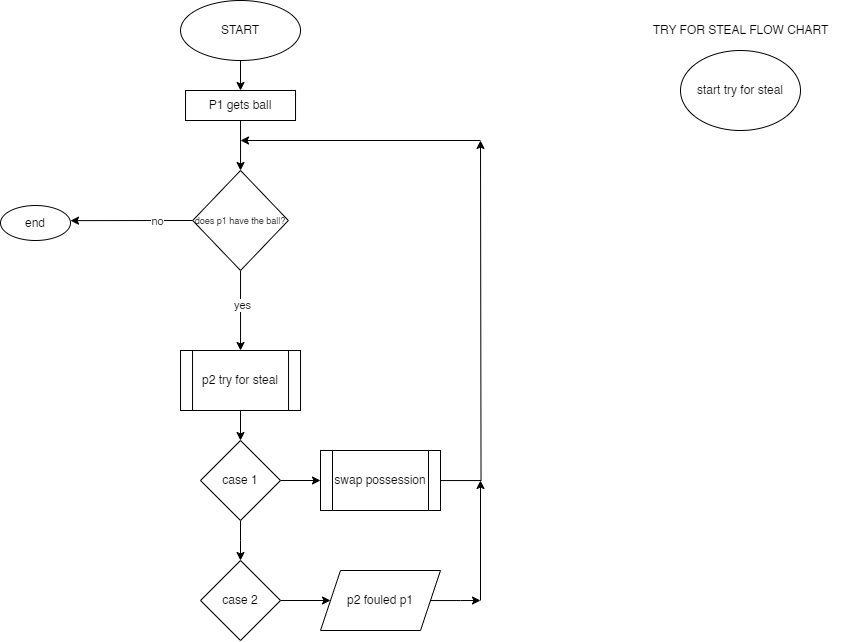
The draw.io diagram BasketballGameVersion2/Ball Posession.drawio.png in y4nder/JAVA-reviews, before a commit. Source tidied: cells renumbered, new cells last; positions are measured from the earlier drawing's top-left corner, leaving out a move shared by most shapes.
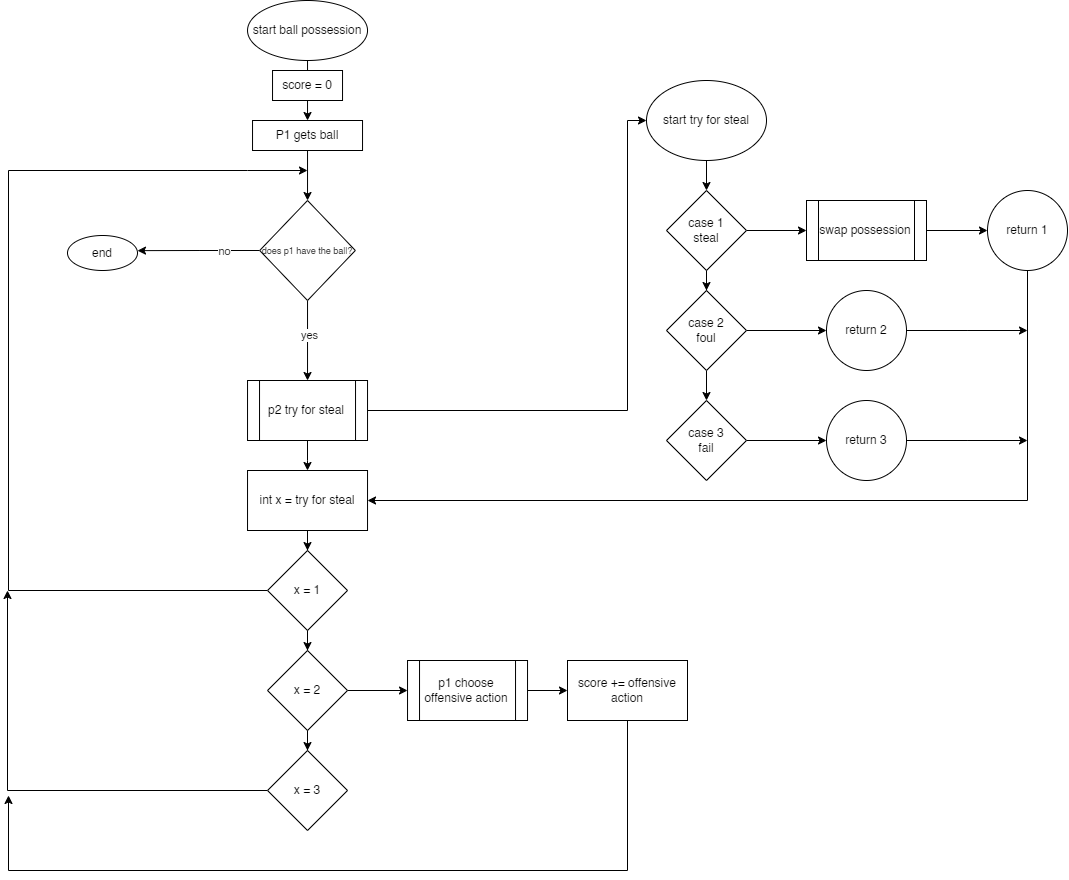
The same diagram one commit later.

What changed in the source:
```diff
@@ -2,8 +2,8 @@
   <root>
     <mxCell id="0" />
     <mxCell id="1" parent="0" />
-    <mxCell id="2" value="START" style="ellipse;whiteSpace=wrap;html=1;" parent="1" vertex="1">
-      <mxGeometry x="180" width="120" height="60" as="geometry" />
+    <mxCell id="2" value="start ball possession" style="ellipse;whiteSpace=wrap;html=1;" parent="1" vertex="1">
+      <mxGeometry x="180" y="-30" width="120" height="60" as="geometry" />
     </mxCell>
     <mxCell id="3" style="edgeStyle=orthogonalEdgeStyle;rounded=0;jettySize=auto;html=1;" parent="1" edge="1" source="2" target="5">
       <mxGeometry relative="1" as="geometry" />
@@ -33,65 +33,150 @@
     <mxCell id="10" value="&lt;font style=&quot;font-size: 9px;&quot;&gt;does p1 have the ball?&lt;/font&gt;" style="rhombus;whiteSpace=wrap;html=1;" parent="1" vertex="1">
       <mxGeometry x="192.2" y="170" width="95.6" height="100" as="geometry" />
     </mxCell>
-    <mxCell id="11" style="edgeStyle=orthogonalEdgeStyle;rounded=0;jettySize=auto;html=1;" parent="1" edge="1" source="12" target="15">
-      <mxGeometry relative="1" as="geometry" />
+    <mxCell id="11" style="edgeStyle=orthogonalEdgeStyle;rounded=0;jettySize=auto;html=1;" parent="1" edge="1" source="12">
+      <mxGeometry relative="1" as="geometry">
+        <mxPoint x="240" y="440" as="targetPoint" />
+      </mxGeometry>
     </mxCell>
+    <mxCell id="27" style="edgeStyle=orthogonalEdgeStyle;rounded=0;jettySize=auto;html=1;entryX=0;entryY=0.5;entryDx=0;entryDy=0;" parent="1" edge="1" source="12" target="25">
+      <mxGeometry relative="1" as="geometry">
+        <Array as="points">
+          <mxPoint x="560" y="380" />
+          <mxPoint x="560" y="90" />
+        </Array>
+      </mxGeometry>
+    </mxCell>
     <mxCell id="12" value="p2 try for steal" style="shape=process;whiteSpace=wrap;html=1;backgroundOutline=1;" parent="1" vertex="1">
       <mxGeometry x="180" y="350" width="120" height="60" as="geometry" />
     </mxCell>
-    <mxCell id="13" style="edgeStyle=orthogonalEdgeStyle;rounded=0;jettySize=auto;html=1;entryX=0.5;entryY=0;entryDx=0;entryDy=0;" parent="1" edge="1" source="15">
-      <mxGeometry relative="1" as="geometry">
-        <mxPoint x="240" y="560" as="targetPoint" />
-      </mxGeometry>
-    </mxCell>
-    <mxCell id="14" style="edgeStyle=orthogonalEdgeStyle;rounded=0;jettySize=auto;html=1;" parent="1" edge="1" source="15" target="19">
-      <mxGeometry relative="1" as="geometry" />
-    </mxCell>
-    <mxCell id="15" value="case 1" style="rhombus;whiteSpace=wrap;html=1;" parent="1" vertex="1">
-      <mxGeometry x="200" y="440" width="80" height="80" as="geometry" />
-    </mxCell>
-    <mxCell id="16" style="edgeStyle=orthogonalEdgeStyle;rounded=0;jettySize=auto;html=1;" parent="1" edge="1" source="17" target="23">
-      <mxGeometry relative="1" as="geometry" />
-    </mxCell>
-    <mxCell id="17" value="case 2" style="rhombus;whiteSpace=wrap;html=1;" parent="1" vertex="1">
-      <mxGeometry x="200" y="560" width="80" height="80" as="geometry" />
-    </mxCell>
-    <mxCell id="18" style="edgeStyle=orthogonalEdgeStyle;rounded=0;jettySize=auto;html=1;" parent="1" edge="1" source="19">
-      <mxGeometry relative="1" as="geometry">
-        <mxPoint x="480" y="140" as="targetPoint" />
-      </mxGeometry>
-    </mxCell>
+    <mxCell id="21" value="end" style="ellipse;whiteSpace=wrap;html=1;" parent="1" vertex="1">
+      <mxGeometry y="205" width="70" height="35" as="geometry" />
+    </mxCell>
+    <mxCell id="28" style="edgeStyle=orthogonalEdgeStyle;rounded=0;jettySize=auto;html=1;" parent="1" edge="1" source="25" target="31">
+      <mxGeometry relative="1" as="geometry" />
+    </mxCell>
+    <mxCell id="25" value="start try for steal" style="ellipse;whiteSpace=wrap;html=1;" parent="1" vertex="1">
+      <mxGeometry x="579" y="50" width="120" height="80" as="geometry" />
+    </mxCell>
+    <mxCell id="29" style="edgeStyle=orthogonalEdgeStyle;rounded=0;jettySize=auto;html=1;" parent="1" edge="1" source="31" target="34">
+      <mxGeometry relative="1" as="geometry" />
+    </mxCell>
+    <mxCell id="30" style="edgeStyle=orthogonalEdgeStyle;rounded=0;jettySize=auto;html=1;" parent="1" edge="1" source="31" target="19">
+      <mxGeometry relative="1" as="geometry" />
+    </mxCell>
+    <mxCell id="31" value="case 1&lt;br&gt;steal" style="rhombus;whiteSpace=wrap;html=1;" parent="1" vertex="1">
+      <mxGeometry x="599" y="160" width="80" height="80" as="geometry" />
+    </mxCell>
+    <mxCell id="32" style="edgeStyle=orthogonalEdgeStyle;rounded=0;jettySize=auto;html=1;" parent="1" edge="1" source="34" target="36">
+      <mxGeometry relative="1" as="geometry" />
+    </mxCell>
+    <mxCell id="33" style="edgeStyle=orthogonalEdgeStyle;rounded=0;jettySize=auto;html=1;" parent="1" edge="1" source="34" target="41">
+      <mxGeometry relative="1" as="geometry" />
+    </mxCell>
+    <mxCell id="34" value="case 2&lt;br&gt;foul" style="rhombus;whiteSpace=wrap;html=1;" parent="1" vertex="1">
+      <mxGeometry x="599" y="260" width="80" height="80" as="geometry" />
+    </mxCell>
+    <mxCell id="35" style="edgeStyle=orthogonalEdgeStyle;rounded=0;jettySize=auto;html=1;" parent="1" edge="1" source="36" target="43">
+      <mxGeometry relative="1" as="geometry" />
+    </mxCell>
+    <mxCell id="36" value="case 3&lt;br&gt;fail" style="rhombus;whiteSpace=wrap;html=1;" parent="1" vertex="1">
+      <mxGeometry x="599" y="370" width="80" height="80" as="geometry" />
+    </mxCell>
+    <mxCell id="37" style="edgeStyle=orthogonalEdgeStyle;rounded=0;jettySize=auto;html=1;" parent="1" edge="1" source="19" target="39">
+      <mxGeometry relative="1" as="geometry" />
+    </mxCell>
     <mxCell id="19" value="swap possession" style="shape=process;whiteSpace=wrap;html=1;backgroundOutline=1;" parent="1" vertex="1">
-      <mxGeometry x="320" y="450" width="120" height="60" as="geometry" />
+      <mxGeometry x="739" y="170" width="120" height="60" as="geometry" />
     </mxCell>
-    <mxCell id="20" style="endArrow=classic;html=1;rounded=0;" parent="1" edge="1">
-      <mxGeometry relative="1" as="geometry">
-        <mxPoint x="480" y="140" as="sourcePoint" />
-        <mxPoint x="240" y="140" as="targetPoint" />
-      </mxGeometry>
-    </mxCell>
-    <mxCell id="21" value="end" style="ellipse;whiteSpace=wrap;html=1;" parent="1" vertex="1">
-      <mxGeometry y="205" width="70" height="35" as="geometry" />
-    </mxCell>
-    <mxCell id="22" style="edgeStyle=orthogonalEdgeStyle;rounded=0;jettySize=auto;html=1;" parent="1" edge="1" source="23">
-      <mxGeometry relative="1" as="geometry">
-        <mxPoint x="480" y="600" as="targetPoint" />
-      </mxGeometry>
-    </mxCell>
-    <mxCell id="23" value="p2 fouled p1" style="shape=parallelogram;perimeter=parallelogramPerimeter;whiteSpace=wrap;html=1;fixedSize=1;" parent="1" vertex="1">
-      <mxGeometry x="320" y="570" width="120" height="60" as="geometry" />
-    </mxCell>
-    <mxCell id="24" style="edgeStyle=none;orthogonalLoop=1;jettySize=auto;html=1;rounded=0;" parent="1" edge="1">
-      <mxGeometry relative="1" as="geometry">
-        <mxPoint x="480" y="600" as="sourcePoint" />
-        <mxPoint x="480" y="480" as="targetPoint" />
-      </mxGeometry>
-    </mxCell>
-    <mxCell id="25" value="start try for steal" style="ellipse;whiteSpace=wrap;html=1;" parent="1" vertex="1">
-      <mxGeometry x="680" y="50" width="120" height="80" as="geometry" />
-    </mxCell>
-    <mxCell id="26" value="TRY FOR STEAL FLOW CHART" style="text;html=1;align=center;verticalAlign=middle;strokeColor=none;fillColor=none;" parent="1" vertex="1">
-      <mxGeometry x="640" y="15" width="200" height="30" as="geometry" />
-    </mxCell>
+    <mxCell id="38" style="edgeStyle=orthogonalEdgeStyle;rounded=0;jettySize=auto;html=1;entryX=1;entryY=0.5;entryDx=0;entryDy=0;" parent="1" edge="1" source="39" target="45">
+      <mxGeometry relative="1" as="geometry">
+        <Array as="points">
+          <mxPoint x="960" y="470" />
+        </Array>
+      </mxGeometry>
+    </mxCell>
+    <mxCell id="39" value="return 1" style="ellipse;whiteSpace=wrap;html=1;" parent="1" vertex="1">
+      <mxGeometry x="920" y="160" width="80" height="80" as="geometry" />
+    </mxCell>
+    <mxCell id="40" style="edgeStyle=orthogonalEdgeStyle;rounded=0;jettySize=auto;html=1;" parent="1" edge="1" source="41">
+      <mxGeometry relative="1" as="geometry">
+        <mxPoint x="960" y="300" as="targetPoint" />
+      </mxGeometry>
+    </mxCell>
+    <mxCell id="41" value="return 2" style="ellipse;whiteSpace=wrap;html=1;" parent="1" vertex="1">
+      <mxGeometry x="759" y="260" width="80" height="80" as="geometry" />
+    </mxCell>
+    <mxCell id="42" style="edgeStyle=orthogonalEdgeStyle;rounded=0;jettySize=auto;html=1;" parent="1" edge="1" source="43">
+      <mxGeometry relative="1" as="geometry">
+        <mxPoint x="960" y="410" as="targetPoint" />
+      </mxGeometry>
+    </mxCell>
+    <mxCell id="43" value="return 3" style="ellipse;whiteSpace=wrap;html=1;" parent="1" vertex="1">
+      <mxGeometry x="759" y="370" width="80" height="80" as="geometry" />
+    </mxCell>
+    <mxCell id="44" style="edgeStyle=orthogonalEdgeStyle;rounded=0;jettySize=auto;html=1;" parent="1" edge="1" source="45" target="48">
+      <mxGeometry relative="1" as="geometry" />
+    </mxCell>
+    <mxCell id="45" value="int x = try for steal" style="rounded=0;whiteSpace=wrap;html=1;" parent="1" vertex="1">
+      <mxGeometry x="180" y="440" width="120" height="60" as="geometry" />
+    </mxCell>
+    <mxCell id="46" style="edgeStyle=orthogonalEdgeStyle;rounded=0;jettySize=auto;html=1;" parent="1" edge="1" source="48" target="51">
+      <mxGeometry relative="1" as="geometry" />
+    </mxCell>
+    <mxCell id="47" style="edgeStyle=orthogonalEdgeStyle;rounded=0;jettySize=auto;html=1;" parent="1" edge="1" source="48">
+      <mxGeometry relative="1" as="geometry">
+        <mxPoint x="240" y="140" as="targetPoint" />
+        <Array as="points">
+          <mxPoint x="-59" y="560" />
+          <mxPoint x="-59" y="140" />
+          <mxPoint x="180" y="140" />
+        </Array>
+      </mxGeometry>
+    </mxCell>
+    <mxCell id="48" value="x = 1" style="rhombus;whiteSpace=wrap;html=1;" parent="1" vertex="1">
+      <mxGeometry x="200" y="520" width="80" height="80" as="geometry" />
+    </mxCell>
+    <mxCell id="49" style="edgeStyle=orthogonalEdgeStyle;rounded=0;jettySize=auto;html=1;" parent="1" edge="1" source="51" target="53">
+      <mxGeometry relative="1" as="geometry" />
+    </mxCell>
+    <mxCell id="50" style="edgeStyle=orthogonalEdgeStyle;rounded=0;jettySize=auto;html=1;" parent="1" edge="1" source="51" target="55">
+      <mxGeometry relative="1" as="geometry" />
+    </mxCell>
+    <mxCell id="51" value="x = 2" style="rhombus;whiteSpace=wrap;html=1;" parent="1" vertex="1">
+      <mxGeometry x="200" y="620" width="80" height="80" as="geometry" />
+    </mxCell>
+    <mxCell id="52" style="edgeStyle=orthogonalEdgeStyle;rounded=0;jettySize=auto;html=1;" parent="1" edge="1" source="53">
+      <mxGeometry relative="1" as="geometry">
+        <mxPoint x="-60" y="560" as="targetPoint" />
+        <Array as="points">
+          <mxPoint x="-60" y="760" />
+        </Array>
+      </mxGeometry>
+    </mxCell>
+    <mxCell id="53" value="x = 3" style="rhombus;whiteSpace=wrap;html=1;" parent="1" vertex="1">
+      <mxGeometry x="200" y="720" width="80" height="80" as="geometry" />
+    </mxCell>
+    <mxCell id="54" style="edgeStyle=orthogonalEdgeStyle;rounded=0;jettySize=auto;html=1;" parent="1" edge="1" source="55" target="58">
+      <mxGeometry relative="1" as="geometry" />
+    </mxCell>
+    <mxCell id="55" value="p1 choose offensive action" style="shape=process;whiteSpace=wrap;html=1;backgroundOutline=1;" parent="1" vertex="1">
+      <mxGeometry x="340" y="630" width="120" height="60" as="geometry" />
+    </mxCell>
+    <mxCell id="56" value="score = 0" style="rounded=0;whiteSpace=wrap;html=1;" parent="1" vertex="1">
+      <mxGeometry x="205" y="40" width="70" height="30" as="geometry" />
+    </mxCell>
+    <mxCell id="57" style="edgeStyle=orthogonalEdgeStyle;rounded=0;jettySize=auto;html=1;" parent="1" edge="1" source="58">
+      <mxGeometry relative="1" as="geometry">
+        <mxPoint x="-60" y="765" as="targetPoint" />
+        <Array as="points">
+          <mxPoint x="560" y="840" />
+          <mxPoint x="-59" y="840" />
+          <mxPoint x="-59" y="765" />
+        </Array>
+      </mxGeometry>
+    </mxCell>
+    <mxCell id="58" value="score += offensive action" style="rounded=0;whiteSpace=wrap;html=1;" parent="1" vertex="1">
+      <mxGeometry x="500" y="630" width="120" height="60" as="geometry" />
+    </mxCell>
   </root>
 </mxGraphModel>
```
